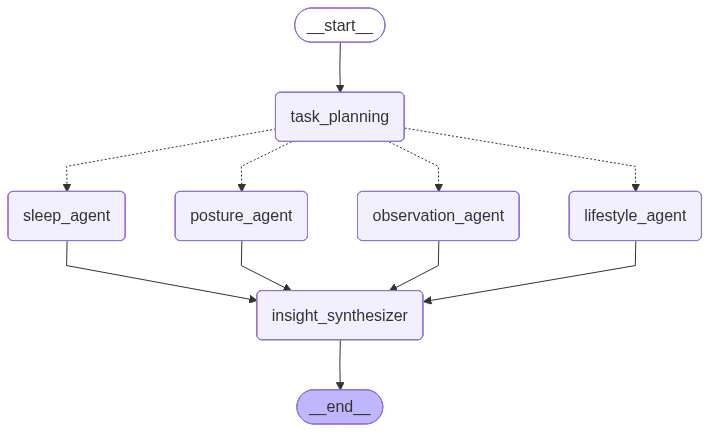
sogang-radai/wave-home-agent keeps this Mermaid diagram as docs/graphs/health_graph.png. Above is the earlier version. Its source is kept beside it as docs/graphs/health_graph.mmd. Source of this version:
```mermaid
---
config:
  flowchart:
    curve: linear
---
graph TD;
	__start__([<p>__start__</p>]):::first
	task_planning(task_planning)
	sleep_agent(sleep_agent)
	posture_agent(posture_agent)
	observation_agent(observation_agent)
	lifestyle_agent(lifestyle_agent)
	insight_synthesizer(insight_synthesizer)
	__end__([<p>__end__</p>]):::last
	__start__ --> task_planning;
	insight_synthesizer --> __end__;
	task_planning -.-> sleep_agent;
	sleep_agent --> insight_synthesizer;
	task_planning -.-> posture_agent;
	posture_agent --> insight_synthesizer;
	task_planning -.-> observation_agent;
	observation_agent --> insight_synthesizer;
	task_planning -.-> lifestyle_agent;
	lifestyle_agent --> insight_synthesizer;
	classDef default fill:#f2f0ff,line-height:1.2
	classDef first fill-opacity:0
	classDef last fill:#bfb6fc
```
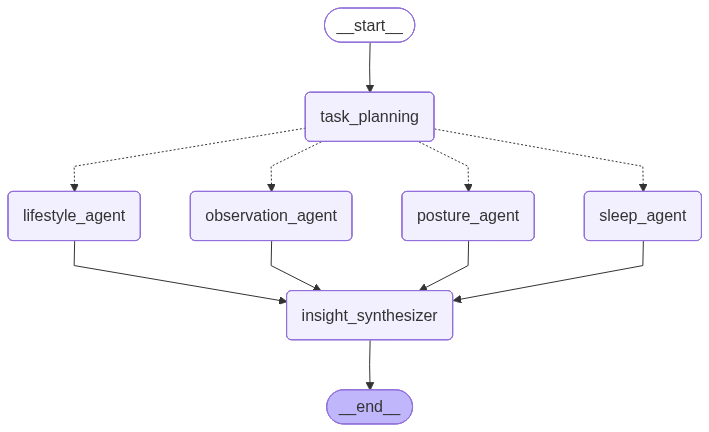
Later version of the same file.

Diff of the diagram source:
```diff
@@ -13,15 +13,15 @@
 	insight_synthesizer(insight_synthesizer)
 	__end__([<p>__end__</p>]):::last
 	__start__ --> task_planning;
+	lifestyle_agent --> insight_synthesizer;
+	observation_agent --> insight_synthesizer;
+	posture_agent --> insight_synthesizer;
+	sleep_agent --> insight_synthesizer;
+	task_planning -.-> lifestyle_agent;
+	task_planning -.-> observation_agent;
+	task_planning -.-> posture_agent;
+	task_planning -.-> sleep_agent;
 	insight_synthesizer --> __end__;
-	task_planning -.-> sleep_agent;
-	sleep_agent --> insight_synthesizer;
-	task_planning -.-> posture_agent;
-	posture_agent --> insight_synthesizer;
-	task_planning -.-> observation_agent;
-	observation_agent --> insight_synthesizer;
-	task_planning -.-> lifestyle_agent;
-	lifestyle_agent --> insight_synthesizer;
 	classDef default fill:#f2f0ff,line-height:1.2
 	classDef first fill-opacity:0
 	classDef last fill:#bfb6fc
```
